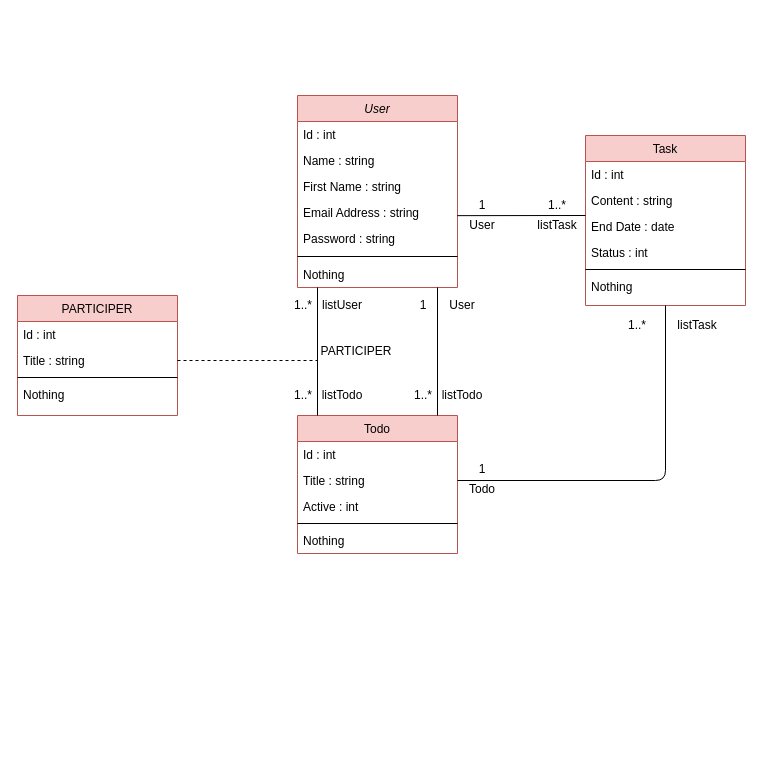
The draw.io diagram public/assets/todo_diagramCLASS.drawio in BaptisteLecat/Todo, before the edit. Source tidied: cells renumbered, new cells numbered last; positions are measured from the earlier drawing's top-left corner, leaving out a move shared by most shapes. Both pictures are drawn from the tidied source at 100%, with x=0, y=0 at pixel (17, 95).
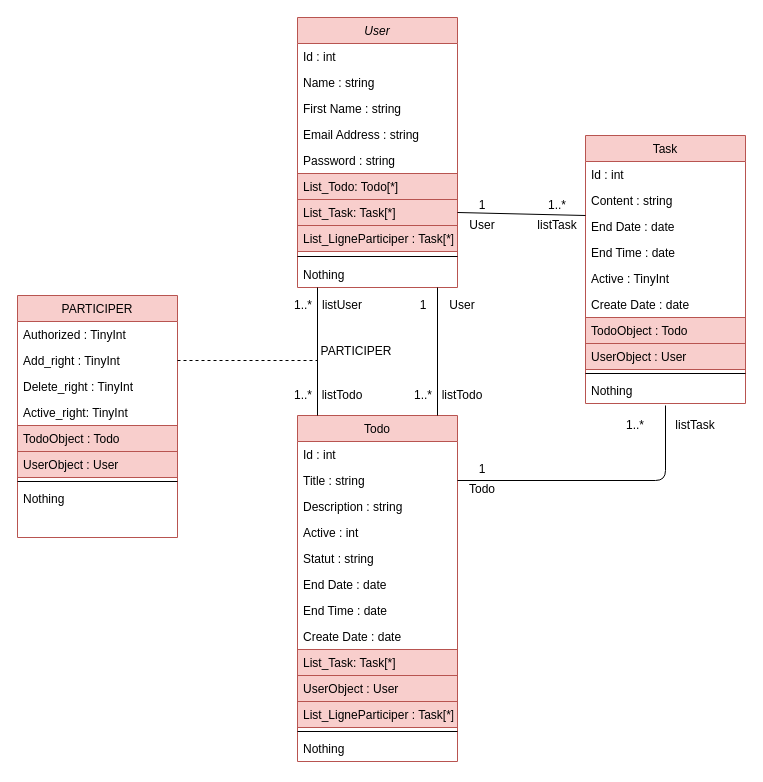
Above is the later version.

Unchanged cells that the change refers to:
```xml
<mxCell id="6" value="Email Address : string" style="text;align=left;verticalAlign=top;spacingLeft=4;spacingRight=4;overflow=hidden;points=[[0,0.5],[1,0.5]];portConstraint=eastwest;rounded=0;shadow=0;html=0;" parent="2" vertex="1">
  <mxGeometry y="104" width="160" height="26" as="geometry" />
</mxCell>
<mxCell id="13" value="End Date : date" style="text;align=left;verticalAlign=top;spacingLeft=4;spacingRight=4;overflow=hidden;points=[[0,0.5],[1,0.5]];portConstraint=eastwest;rounded=0;shadow=0;html=0;" parent="10" vertex="1">
  <mxGeometry y="78" width="160" height="26" as="geometry" />
</mxCell>
<mxCell id="19" value="Title : string" style="text;align=left;verticalAlign=top;spacingLeft=4;spacingRight=4;overflow=hidden;points=[[0,0.5],[1,0.5]];portConstraint=eastwest;rounded=0;shadow=0;html=0;" parent="17" vertex="1">
  <mxGeometry y="52" width="160" height="26" as="geometry" />
</mxCell>
```

Change to the diagram source:
```diff
@@
     <mxCell id="2" value="User" style="swimlane;fontStyle=2;align=center;verticalAlign=top;horizontal=1;startSize=26;rounded=0;shadow=0;strokeWidth=1;fillColor=#f8cecc;strokeColor=#b85450;" parent="1" vertex="1">
-      <mxGeometry x="280" width="160" height="192" as="geometry" />
+      <mxGeometry x="280" y="-78" width="160" height="270" as="geometry" />
     </mxCell>
@@
+    <mxCell id="52" value="List_Todo: Todo[*]" style="text;align=left;verticalAlign=top;spacingLeft=4;spacingRight=4;overflow=hidden;rounded=0;shadow=0;html=0;fillColor=#f8cecc;strokeColor=#b85450;" parent="2" vertex="1">
+      <mxGeometry y="156" width="160" height="26" as="geometry" />
+    </mxCell>
+    <mxCell id="53" value="List_Task: Task[*]" style="text;align=left;verticalAlign=top;spacingLeft=4;spacingRight=4;overflow=hidden;points=[[0,0.5],[1,0.5]];portConstraint=eastwest;rounded=0;shadow=0;html=0;fillColor=#f8cecc;strokeColor=#b85450;" parent="2" vertex="1">
+      <mxGeometry y="182" width="160" height="26" as="geometry" />
+    </mxCell>
+    <mxCell id="54" value="List_LigneParticiper : Task[*]" style="text;align=left;verticalAlign=top;spacingLeft=4;spacingRight=4;overflow=hidden;rounded=0;shadow=0;html=0;fillColor=#f8cecc;strokeColor=#b85450;" parent="2" vertex="1">
+      <mxGeometry y="208" width="160" height="26" as="geometry" />
+    </mxCell>
     <mxCell id="8" style="line;html=1;strokeWidth=1;align=left;verticalAlign=middle;spacingTop=-1;spacingLeft=3;spacingRight=3;labelPosition=right;" parent="2" vertex="1">
-      <mxGeometry y="156" width="160" height="10" as="geometry" />
+      <mxGeometry y="234" width="160" height="10" as="geometry" />
     </mxCell>
     <mxCell id="9" value="Nothing" style="text;align=left;verticalAlign=top;spacingLeft=4;spacingRight=4;overflow=hidden;" parent="2" vertex="1">
-      <mxGeometry y="166" width="160" height="26" as="geometry" />
+      <mxGeometry y="244" width="160" height="26" as="geometry" />
     </mxCell>
     <mxCell id="10" value="Task" style="swimlane;fontStyle=0;align=center;verticalAlign=top;horizontal=1;startSize=26;rounded=0;shadow=0;strokeWidth=1;fillColor=#f8cecc;strokeColor=#b85450;" parent="1" vertex="1">
-      <mxGeometry x="568" y="40" width="160" height="170" as="geometry" />
+      <mxGeometry x="568" y="40" width="160" height="268" as="geometry" />
     </mxCell>
@@
-    <mxCell id="14" value="Status : int" style="text;align=left;verticalAlign=top;spacingLeft=4;spacingRight=4;overflow=hidden;rounded=0;shadow=0;html=0;" parent="10" vertex="1">
+    <mxCell id="14" value="End Time : date" style="text;align=left;verticalAlign=top;spacingLeft=4;spacingRight=4;overflow=hidden;rounded=0;shadow=0;html=0;" parent="10" vertex="1">
       <mxGeometry y="104" width="160" height="26" as="geometry" />
     </mxCell>
+    <mxCell id="55" value="Active : TinyInt" style="text;align=left;verticalAlign=top;spacingLeft=4;spacingRight=4;overflow=hidden;rounded=0;shadow=0;html=0;" parent="10" vertex="1">
+      <mxGeometry y="130" width="160" height="26" as="geometry" />
+    </mxCell>
+    <mxCell id="56" value="Create Date : date" style="text;align=left;verticalAlign=top;spacingLeft=4;spacingRight=4;overflow=hidden;rounded=0;shadow=0;html=0;" parent="10" vertex="1">
+      <mxGeometry y="156" width="160" height="26" as="geometry" />
+    </mxCell>
+    <mxCell id="57" value="TodoObject : Todo" style="text;align=left;verticalAlign=top;spacingLeft=4;spacingRight=4;overflow=hidden;rounded=0;shadow=0;html=0;fillColor=#f8cecc;strokeColor=#b85450;" parent="10" vertex="1">
+      <mxGeometry y="182" width="160" height="26" as="geometry" />
+    </mxCell>
+    <mxCell id="58" value="UserObject : User" style="text;align=left;verticalAlign=top;spacingLeft=4;spacingRight=4;overflow=hidden;rounded=0;shadow=0;html=0;fillColor=#f8cecc;strokeColor=#b85450;" parent="10" vertex="1">
+      <mxGeometry y="208" width="160" height="26" as="geometry" />
+    </mxCell>
     <mxCell id="15" style="line;html=1;strokeWidth=1;align=left;verticalAlign=middle;spacingTop=-1;spacingLeft=3;spacingRight=3;labelPosition=right;" parent="10" vertex="1">
-      <mxGeometry y="130" width="160" height="8" as="geometry" />
+      <mxGeometry y="234" width="160" height="8" as="geometry" />
     </mxCell>
     <mxCell id="16" value="Nothing" style="text;align=left;verticalAlign=top;spacingLeft=4;spacingRight=4;overflow=hidden;" parent="10" vertex="1">
-      <mxGeometry y="138" width="160" height="26" as="geometry" />
+      <mxGeometry y="242" width="160" height="26" as="geometry" />
     </mxCell>
     <mxCell id="17" value="Todo" style="swimlane;fontStyle=0;align=center;verticalAlign=top;horizontal=1;startSize=26;rounded=0;shadow=0;strokeWidth=1;fillColor=#f8cecc;strokeColor=#b85450;" parent="1" vertex="1">
-      <mxGeometry x="280" y="320" width="160" height="138" as="geometry" />
+      <mxGeometry x="280" y="320" width="160" height="346" as="geometry" />
     </mxCell>
@@
-    <mxCell id="20" value="Active : int" style="text;align=left;verticalAlign=top;spacingLeft=4;spacingRight=4;overflow=hidden;rounded=0;shadow=0;html=0;" parent="17" vertex="1">
+    <mxCell id="20" value="Description : string" style="text;align=left;verticalAlign=top;spacingLeft=4;spacingRight=4;overflow=hidden;rounded=0;shadow=0;html=0;" parent="17" vertex="1">
       <mxGeometry y="78" width="160" height="26" as="geometry" />
     </mxCell>
+    <mxCell id="59" value="Active : int" style="text;align=left;verticalAlign=top;spacingLeft=4;spacingRight=4;overflow=hidden;rounded=0;shadow=0;html=0;" parent="17" vertex="1">
+      <mxGeometry y="104" width="160" height="26" as="geometry" />
+    </mxCell>
+    <mxCell id="60" value="Statut : string" style="text;align=left;verticalAlign=top;spacingLeft=4;spacingRight=4;overflow=hidden;rounded=0;shadow=0;html=0;" parent="17" vertex="1">
+      <mxGeometry y="130" width="160" height="26" as="geometry" />
+    </mxCell>
+    <mxCell id="61" value="End Date : date" style="text;align=left;verticalAlign=top;spacingLeft=4;spacingRight=4;overflow=hidden;rounded=0;shadow=0;html=0;" parent="17" vertex="1">
+      <mxGeometry y="156" width="160" height="26" as="geometry" />
+    </mxCell>
+    <mxCell id="62" value="End Time : date" style="text;align=left;verticalAlign=top;spacingLeft=4;spacingRight=4;overflow=hidden;rounded=0;shadow=0;html=0;" parent="17" vertex="1">
+      <mxGeometry y="182" width="160" height="26" as="geometry" />
+    </mxCell>
+    <mxCell id="63" value="Create Date : date" style="text;align=left;verticalAlign=top;spacingLeft=4;spacingRight=4;overflow=hidden;rounded=0;shadow=0;html=0;" parent="17" vertex="1">
+      <mxGeometry y="208" width="160" height="26" as="geometry" />
+    </mxCell>
+    <mxCell id="64" value="List_Task: Task[*]" style="text;align=left;verticalAlign=top;spacingLeft=4;spacingRight=4;overflow=hidden;rounded=0;shadow=0;html=0;fillColor=#f8cecc;strokeColor=#b85450;" parent="17" vertex="1">
+      <mxGeometry y="234" width="160" height="26" as="geometry" />
+    </mxCell>
+    <mxCell id="65" value="UserObject : User" style="text;align=left;verticalAlign=top;spacingLeft=4;spacingRight=4;overflow=hidden;rounded=0;shadow=0;html=0;fillColor=#f8cecc;strokeColor=#b85450;" parent="17" vertex="1">
+      <mxGeometry y="260" width="160" height="26" as="geometry" />
+    </mxCell>
+    <mxCell id="66" value="List_LigneParticiper : Task[*]" style="text;align=left;verticalAlign=top;spacingLeft=4;spacingRight=4;overflow=hidden;rounded=0;shadow=0;html=0;fillColor=#f8cecc;strokeColor=#b85450;" parent="17" vertex="1">
+      <mxGeometry y="286" width="160" height="26" as="geometry" />
+    </mxCell>
     <mxCell id="21" style="line;html=1;strokeWidth=1;align=left;verticalAlign=middle;spacingTop=-1;spacingLeft=3;spacingRight=3;labelPosition=right;" parent="17" vertex="1">
-      <mxGeometry y="104" width="160" height="8" as="geometry" />
+      <mxGeometry y="312" width="160" height="8" as="geometry" />
     </mxCell>
     <mxCell id="22" value="Nothing" style="text;align=left;verticalAlign=top;spacingLeft=4;spacingRight=4;overflow=hidden;" parent="17" vertex="1">
-      <mxGeometry y="112" width="160" height="26" as="geometry" />
+      <mxGeometry y="320" width="160" height="26" as="geometry" />
     </mxCell>
@@
-    <mxCell id="27" style="endArrow=none;html=1;entryX=0.999;entryY=0.621;entryDx=0;entryDy=0;exitX=0;exitY=0.077;exitDx=0;exitDy=0;exitPerimeter=0;entryPerimeter=0;" parent="1" edge="1" source="13" target="6">
+    <mxCell id="27" style="endArrow=none;html=1;entryX=1;entryY=0.5;entryDx=0;entryDy=0;exitX=0;exitY=0.077;exitDx=0;exitDy=0;exitPerimeter=0;" parent="1" edge="1" source="13" target="53">
       <mxGeometry relative="1" as="geometry" />
     </mxCell>
@@
-    <mxCell id="41" style="endArrow=none;html=1;exitX=1;exitY=0.5;exitDx=0;exitDy=0;entryX=0.5;entryY=1;entryDx=0;entryDy=0;" parent="1" edge="1" source="19" target="10">
+    <mxCell id="41" style="endArrow=none;html=1;exitX=1;exitY=0.5;exitDx=0;exitDy=0;" parent="1" edge="1" source="19">
       <mxGeometry relative="1" as="geometry">
+        <mxPoint x="648" y="310" as="targetPoint" />
         <Array as="points">
           <mxPoint x="648" y="385" />
         </Array>
       </mxGeometry>
     </mxCell>
@@
     <mxCell id="43" value="listTask" style="text;html=1;strokeColor=none;fillColor=none;align=center;verticalAlign=middle;whiteSpace=wrap;rounded=0;" parent="1" vertex="1">
-      <mxGeometry x="660" y="220" width="40" height="20" as="geometry" />
+      <mxGeometry x="658" y="320" width="40" height="20" as="geometry" />
     </mxCell>
@@
     <mxCell id="45" value="1..*" style="text;html=1;strokeColor=none;fillColor=none;align=center;verticalAlign=middle;whiteSpace=wrap;rounded=0;" parent="1" vertex="1">
-      <mxGeometry x="600" y="220" width="40" height="20" as="geometry" />
+      <mxGeometry x="598" y="320" width="40" height="20" as="geometry" />
     </mxCell>
     <mxCell id="46" value="PARTICIPER" style="swimlane;fontStyle=0;align=center;verticalAlign=top;horizontal=1;startSize=26;rounded=0;shadow=0;strokeWidth=1;fillColor=#f8cecc;strokeColor=#b85450;" parent="1" vertex="1">
-      <mxGeometry y="200" width="160" height="120" as="geometry" />
+      <mxGeometry y="200" width="160" height="242" as="geometry" />
     </mxCell>
-    <mxCell id="47" value="Id : int" style="text;align=left;verticalAlign=top;spacingLeft=4;spacingRight=4;overflow=hidden;" parent="46" vertex="1">
-      <mxGeometry y="26" width="160" height="26" as="geometry" />
-    </mxCell>
-    <mxCell id="48" value="Title : string" style="text;align=left;verticalAlign=top;spacingLeft=4;spacingRight=4;overflow=hidden;points=[[0,0.5],[1,0.5]];portConstraint=eastwest;rounded=0;shadow=0;html=0;" parent="46" vertex="1">
-      <mxGeometry y="52" width="160" height="26" as="geometry" />
-    </mxCell>
+    <mxCell id="67" value="Authorized : TinyInt" style="text;align=left;verticalAlign=top;spacingLeft=4;spacingRight=4;overflow=hidden;rounded=0;shadow=0;html=0;" parent="46" vertex="1">
+      <mxGeometry y="26" width="160" height="26" as="geometry" />
+    </mxCell>
+    <mxCell id="68" value="Add_right : TinyInt" style="text;align=left;verticalAlign=top;spacingLeft=4;spacingRight=4;overflow=hidden;rounded=0;shadow=0;html=0;" parent="46" vertex="1">
+      <mxGeometry y="52" width="160" height="26" as="geometry" />
+    </mxCell>
+    <mxCell id="69" value="Delete_right : TinyInt" style="text;align=left;verticalAlign=top;spacingLeft=4;spacingRight=4;overflow=hidden;rounded=0;shadow=0;html=0;" parent="46" vertex="1">
+      <mxGeometry y="78" width="160" height="26" as="geometry" />
+    </mxCell>
+    <mxCell id="70" value="Active_right: TinyInt" style="text;align=left;verticalAlign=top;spacingLeft=4;spacingRight=4;overflow=hidden;rounded=0;shadow=0;html=0;" parent="46" vertex="1">
+      <mxGeometry y="104" width="160" height="26" as="geometry" />
+    </mxCell>
+    <mxCell id="71" value="TodoObject : Todo" style="text;align=left;verticalAlign=top;spacingLeft=4;spacingRight=4;overflow=hidden;rounded=0;shadow=0;html=0;fillColor=#f8cecc;strokeColor=#b85450;" parent="46" vertex="1">
+      <mxGeometry y="130" width="160" height="26" as="geometry" />
+    </mxCell>
+    <mxCell id="72" value="UserObject : User" style="text;align=left;verticalAlign=top;spacingLeft=4;spacingRight=4;overflow=hidden;rounded=0;shadow=0;html=0;fillColor=#f8cecc;strokeColor=#b85450;" parent="46" vertex="1">
+      <mxGeometry y="156" width="160" height="26" as="geometry" />
+    </mxCell>
     <mxCell id="49" style="line;html=1;strokeWidth=1;align=left;verticalAlign=middle;spacingTop=-1;spacingLeft=3;spacingRight=3;labelPosition=right;" parent="46" vertex="1">
-      <mxGeometry y="78" width="160" height="8" as="geometry" />
+      <mxGeometry y="182" width="160" height="8" as="geometry" />
     </mxCell>
     <mxCell id="50" value="Nothing" style="text;align=left;verticalAlign=top;spacingLeft=4;spacingRight=4;overflow=hidden;" parent="46" vertex="1">
-      <mxGeometry y="86" width="160" height="26" as="geometry" />
+      <mxGeometry y="190" width="160" height="26" as="geometry" />
     </mxCell>
-    <mxCell id="51" style="endArrow=none;dashed=1;html=1;exitX=1;exitY=0.5;exitDx=0;exitDy=0;" parent="1" edge="1" source="48">
+    <mxCell id="51" style="endArrow=none;dashed=1;html=1;exitX=1;exitY=0.5;exitDx=0;exitDy=0;" parent="1" edge="1">
       <mxGeometry relative="1" as="geometry">
+        <mxPoint x="160" y="265" as="sourcePoint" />
         <mxPoint x="300" y="265" as="targetPoint" />
       </mxGeometry>
     </mxCell>
```
